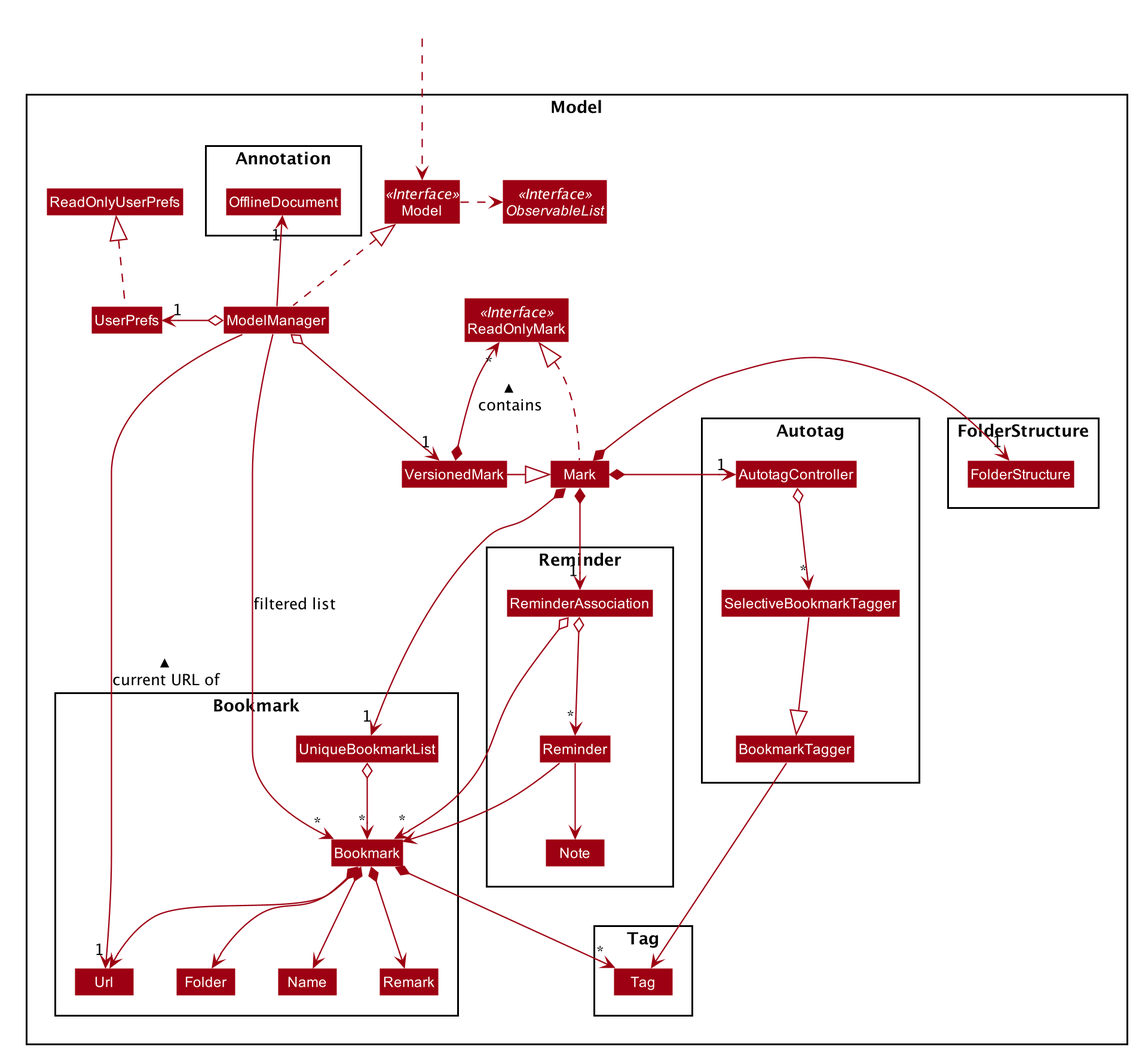
Above: docs/images/ModelClassDiagram.png in nus-cs2103-AY1920S1/addressbook-level3 (PlantUML), before the change.
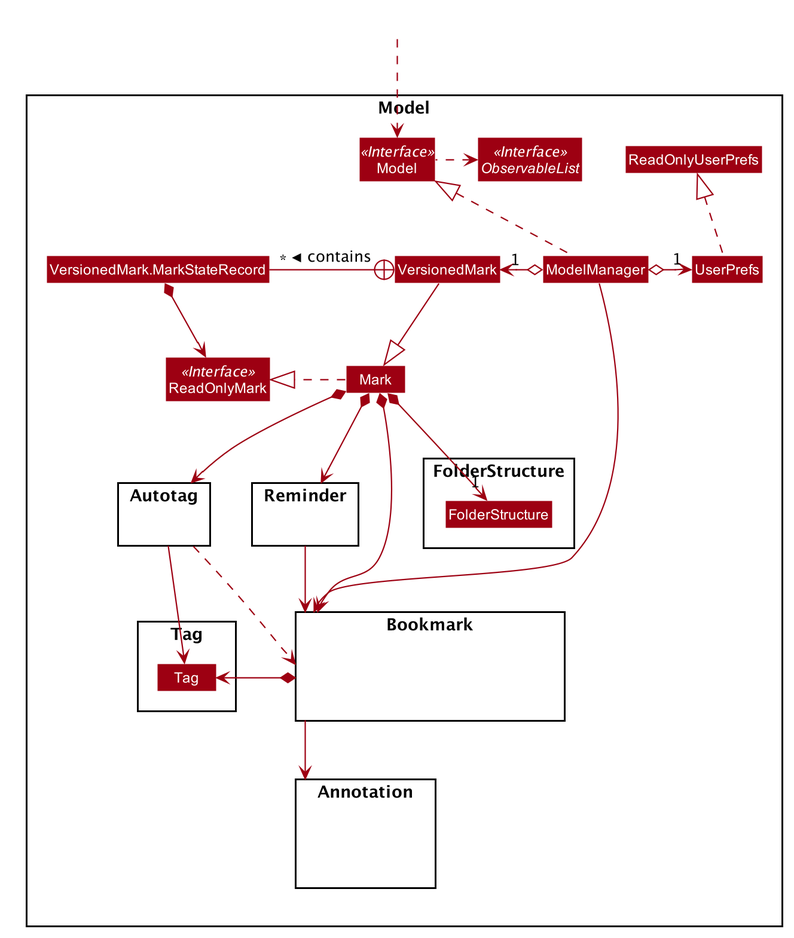
After the change.

Change to the diagram source:
```diff
@@ -51,7 +51,7 @@
 skinparam arrowColor #9D0012
 skinparam classBackgroundColor #9D0012
 
-Package Model <<Rectangle>>{
+Package Model <<Rectangle>> {
 Interface ReadOnlyMark <<Interface>>
 Interface Model <<Interface>>
 Interface ObservableList <<Interface>>
@@ -62,34 +62,25 @@
 Class ModelManager
 Class UserPrefs
 Class ReadOnlyUserPrefs
+Class VersionedMark.MarkStateRecord
 
 Package FolderStructure {
 Class FolderStructure
 }
 
 Package Reminder {
-Class Reminder
-Class Note
-Class ReminderAssociation
 }
 
 Package Autotag {
-Class AutotagController
-Class BookmarkTagger
-Class SelectiveBookmarkTagger
 }
 
 Package Bookmark {
-Class Bookmark
-Class Name
-Class Url
-Class Remark
-Class Folder
-Class UniqueBookmarkList
+Class HiddenB1 #FFFFFF
+Class HiddenB2 #FFFFFF
 }
 
 Package Annotation {
-Class OfflineDocument
+Class A #FFFFFF
 }
 
 Package Tag {
@@ -101,42 +92,34 @@
 HiddenOutside ..> Model
 
 ModelManager .up.|> Model
-Model .right.> ObservableList
-ModelManager o--> "1" VersionedMark
-ModelManager o-left-> "1" UserPrefs
-ModelManager --> "*" Bookmark : filtered list
-ModelManager -up-> "1" OfflineDocument
-ModelManager --> "1" Url : < current URL of
+Model .left.> ObservableList
+ModelManager o-left-> "1" VersionedMark
+ModelManager o-right-> "1" UserPrefs
+ModelManager -down-> Bookmark
 
 UserPrefs .up.|> ReadOnlyUserPrefs
 
-Mark .up.|> ReadOnlyMark
-VersionedMark -|> Mark
-VersionedMark *-up-> "*" ReadOnlyMark : contains >
+Mark .right.|> ReadOnlyMark
+VersionedMark -down-|> Mark
+VersionedMark +-left "*" VersionedMark.MarkStateRecord : contains >
+VersionedMark.MarkStateRecord *-down> ReadOnlyMark
 
-Mark *--> "1" UniqueBookmarkList
-Mark *-left-> "1" FolderStructure
-Mark *--> "1" ReminderAssociation
-Mark *-left-> "1" AutotagController
+Mark *--> Bookmark
+Mark *-right-> "1" FolderStructure
+Mark *--> Reminder
+Mark *--> Autotag
 
-UniqueBookmarkList o--> "*" Bookmark
-Bookmark *--> Name
-Bookmark *--> Url
-Bookmark *--> Remark
-Bookmark *--> Folder
-Bookmark *--> "*" Tag
+FolderStructure -[hidden]left-> Autotag
+Autotag -[hidden]left-> Reminder
 
-Name -[hidden]right-> Url
-Url -[hidden]right-> Remark
-Remark -[hidden]right-> Folder
+Bookmark *-left-> Tag
+Bookmark --> Annotation
 
-ReminderAssociation o--> "*" Bookmark
-ReminderAssociation o--> "*" Reminder
-Reminder --> Bookmark
-Reminder --> Note
+HiddenB1 -[hidden]right-> HiddenB2
 
-AutotagController o--> "*" SelectiveBookmarkTagger
-SelectiveBookmarkTagger -down-|> BookmarkTagger
-BookmarkTagger --> Tag
+Reminder -right-> Bookmark
+
+Autotag --> Tag
+Autotag ..> Bookmark
 
 @enduml
```
